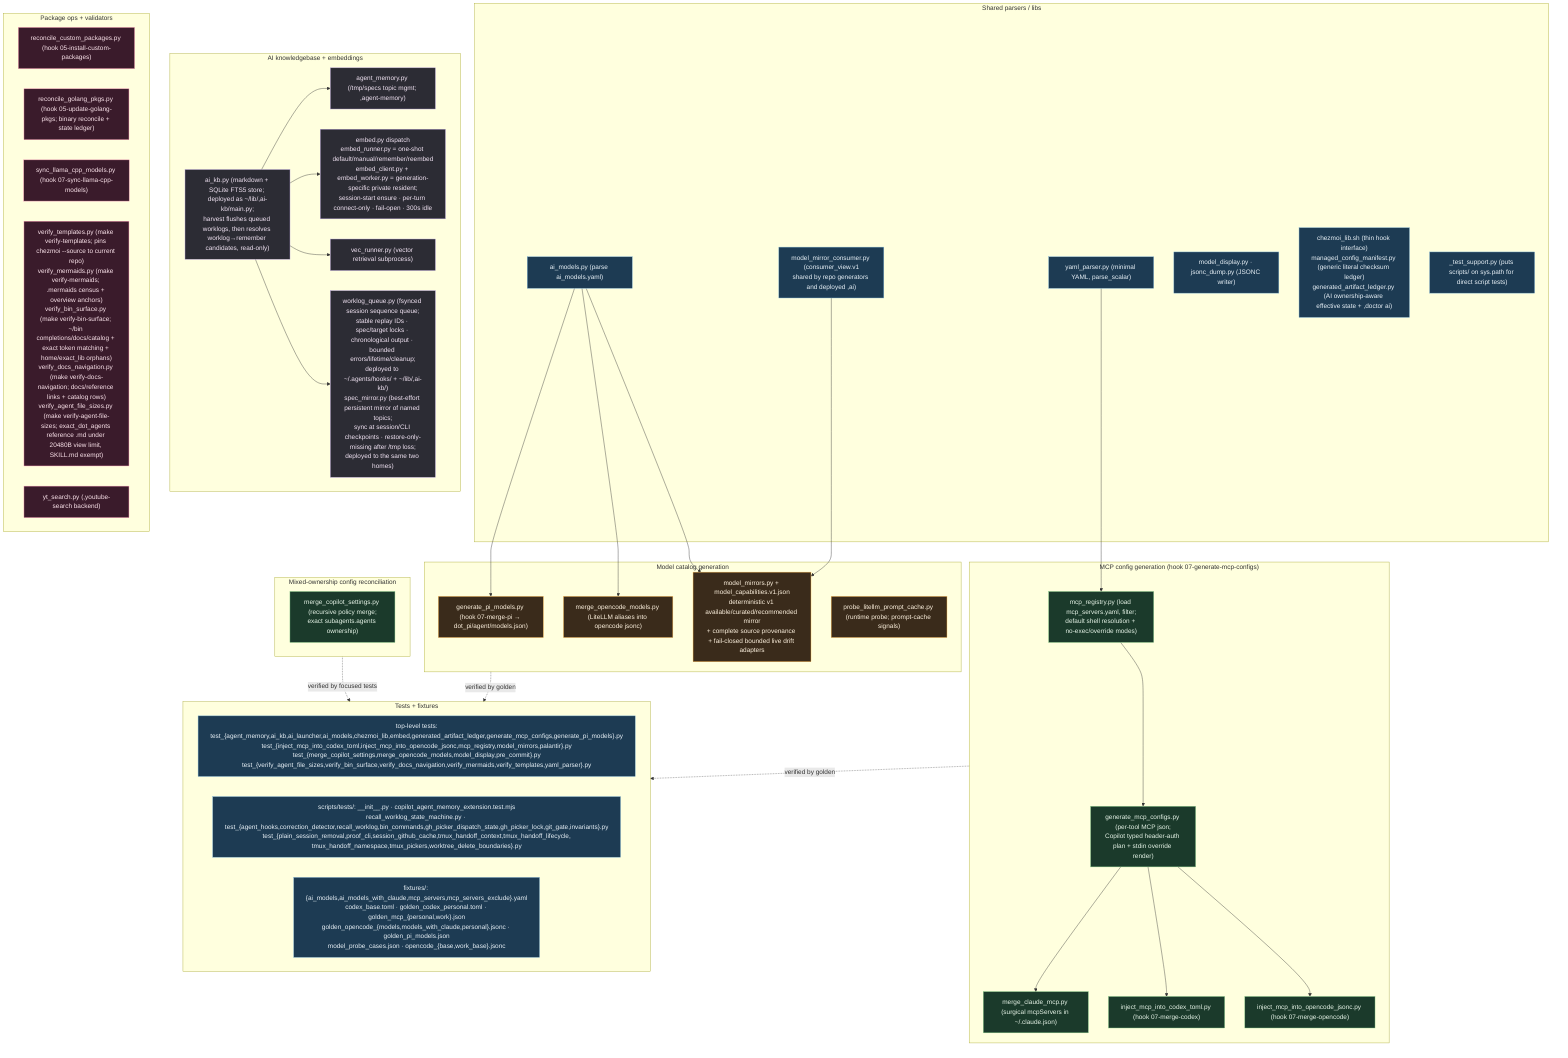
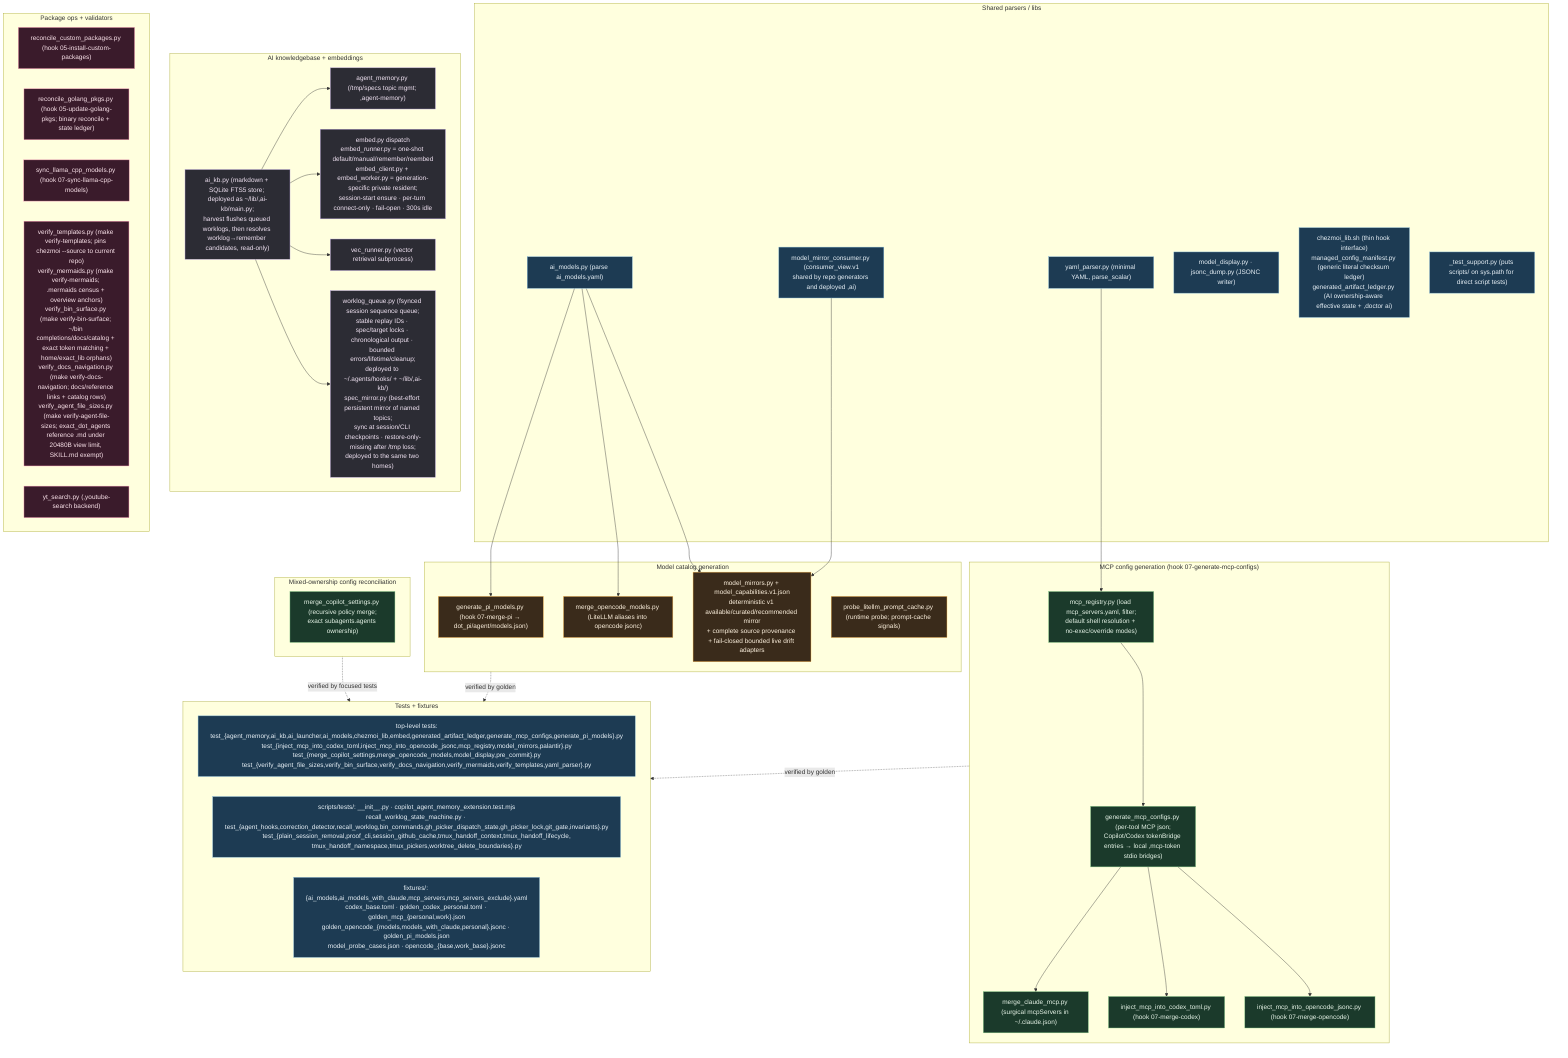
%% ============================================================================
%% 11-scripts-helpers.mmd — Every file in scripts/ (96). Repo-side Python
%% (stdlib only, no PyYAML) called by chezmoi 07-* hooks + ,bin commands.
%% Grouped by consumer. Shared parsers feed the generators/mergers.
%% ============================================================================
flowchart TB
    classDef shared fill:#1d3b53,stroke:#7fb3d5,color:#eaf2f8;
    classDef mcp fill:#1b3a2b,stroke:#81c784,color:#e8f5e9;
    classDef model fill:#3a2b1b,stroke:#ffb74d,color:#fff3e0;
    classDef ai fill:#2c2c34,stroke:#b39ddb,color:#f3e5f5;
    classDef misc fill:#3a1b2b,stroke:#f48fb1,color:#fce4ec;

    subgraph SHARED["Shared parsers / libs"]
        YP["yaml_parser.py (minimal YAML, parse_scalar)"]:::shared
        AM["ai_models.py (parse ai_models.yaml)"]:::shared
        MC["model_mirror_consumer.py (consumer_view.v1<br/>shared by repo generators and deployed ,ai)"]:::shared
        MD["model_display.py · jsonc_dump.py (JSONC writer)"]:::shared
        CL["chezmoi_lib.sh (thin hook interface)<br/>managed_config_manifest.py (generic literal checksum ledger)<br/>generated_artifact_ledger.py (AI ownership-aware effective state + ,doctor ai)"]:::shared
        TS["_test_support.py (puts scripts/ on sys.path for direct script tests)"]:::shared
    end

    subgraph MCPGEN["MCP config generation (hook 07-generate-mcp-configs)"]
        MR["mcp_registry.py (load mcp_servers.yaml, filter;<br/>default shell resolution + no-exec/override modes)"]:::mcp
-         GMC["generate_mcp_configs.py (per-tool MCP json;<br/>Copilot typed header-auth plan + stdin override render)"]:::mcp
+         GMC["generate_mcp_configs.py (per-tool MCP json;<br/>Copilot/Codex tokenBridge entries → local ,mcp-token stdio bridges)"]:::mcp
        MCM["merge_claude_mcp.py (surgical mcpServers in ~/.claude.json)"]:::mcp
        ICT["inject_mcp_into_codex_toml.py (hook 07-merge-codex)"]:::mcp
        IOJ["inject_mcp_into_opencode_jsonc.py (hook 07-merge-opencode)"]:::mcp
    end
    YP --> MR --> GMC --> MCM & ICT & IOJ

    subgraph RECON["Mixed-ownership config reconciliation"]
        MCS["merge_copilot_settings.py (recursive policy merge;<br/>exact subagents.agents ownership)"]:::mcp
    end

    subgraph MODELGEN["Model catalog generation"]
        GPM["generate_pi_models.py (hook 07-merge-pi → dot_pi/agent/models.json)"]:::model
        MOM["merge_opencode_models.py (LiteLLM aliases into opencode jsonc)"]:::model
        MM["model_mirrors.py + model_capabilities.v1.json<br/>deterministic v1 available/curated/recommended mirror<br/>+ complete source provenance + fail-closed bounded live drift adapters"]:::model
        PLP["probe_litellm_prompt_cache.py (runtime probe; prompt-cache signals)"]:::model
    end
    AM --> GPM & MOM & MM
    MC --> MM

    subgraph AIKB["AI knowledgebase + embeddings"]
        KB["ai_kb.py (markdown + SQLite FTS5 store; deployed as ~/lib/,ai-kb/main.py;<br/>harvest flushes queued worklogs, then resolves worklog→remember candidates, read-only)"]:::ai
        WQ["worklog_queue.py (fsynced session sequence queue;<br/>stable replay IDs · spec/target locks · chronological output · bounded errors/lifetime/cleanup;<br/>deployed to ~/.agents/hooks/ + ~/lib/,ai-kb/)<br/>spec_mirror.py (best-effort persistent mirror of named topics;<br/>sync at session/CLI checkpoints · restore-only-missing after /tmp loss;<br/>deployed to the same two homes)"]:::ai
        EMB["embed.py dispatch<br/>embed_runner.py = one-shot default/manual/remember/reembed<br/>embed_client.py + embed_worker.py = generation-specific private resident;<br/>session-start ensure · per-turn connect-only · fail-open · 300s idle"]:::ai
        VEC["vec_runner.py (vector retrieval subprocess)"]:::ai
        AGM["agent_memory.py (/tmp/specs topic mgmt; ,agent-memory)"]:::ai
    end
    KB --> AGM & EMB & VEC & WQ

    subgraph ORCH["Package ops + validators"]
        RCP["reconcile_custom_packages.py (hook 05-install-custom-packages)"]:::misc
        RGP["reconcile_golang_pkgs.py (hook 05-update-golang-pkgs; binary reconcile + state ledger)"]:::misc
        SLC["sync_llama_cpp_models.py (hook 07-sync-llama-cpp-models)"]:::misc
        VT["verify_templates.py (make verify-templates; pins chezmoi --source to current repo)<br/>verify_mermaids.py (make verify-mermaids; .mermaids census + overview anchors)<br/>verify_bin_surface.py (make verify-bin-surface; ~/bin completions/docs/catalog + exact token matching + home/exact_lib orphans)<br/>verify_docs_navigation.py (make verify-docs-navigation; docs/reference links + catalog rows)<br/>verify_agent_file_sizes.py (make verify-agent-file-sizes; exact_dot_agents reference .md under 20480B view limit, SKILL.md exempt)"]:::misc
        YT["yt_search.py (,youtube-search backend)"]:::misc
    end

    subgraph TESTS["Tests + fixtures"]
        TT["top-level tests:<br/>test_{agent_memory,ai_kb,ai_launcher,ai_models,chezmoi_lib,embed,generated_artifact_ledger,generate_mcp_configs,generate_pi_models}.py<br/>test_{inject_mcp_into_codex_toml,inject_mcp_into_opencode_jsonc,mcp_registry,model_mirrors,palantir}.py<br/>test_{merge_copilot_settings,merge_opencode_models,model_display,pre_commit}.py<br/>test_{verify_agent_file_sizes,verify_bin_surface,verify_docs_navigation,verify_mermaids,verify_templates,yaml_parser}.py"]:::shared
        IT["scripts/tests/: __init__.py · copilot_agent_memory_extension.test.mjs<br/>recall_worklog_state_machine.py · test_{agent_hooks,correction_detector,recall_worklog,bin_commands,gh_picker_dispatch_state,gh_picker_lock,git_gate,invariants}.py<br/>test_{plain_session_removal,proof_cli,session_github_cache,tmux_handoff_context,tmux_handoff_lifecycle,<br/>tmux_handoff_namespace,tmux_pickers,worktree_delete_boundaries}.py"]:::shared
        FX["fixtures/: {ai_models,ai_models_with_claude,mcp_servers,mcp_servers_exclude}.yaml<br/>codex_base.toml · golden_codex_personal.toml · golden_mcp_{personal,work}.json<br/>golden_opencode_{models,models_with_claude,personal}.jsonc · golden_pi_models.json<br/>model_probe_cases.json · opencode_{base,work_base}.jsonc"]:::shared
    end
    MCPGEN -.verified by golden.-> TESTS
    RECON -.verified by focused tests.-> TESTS
    MODELGEN -.verified by golden.-> TESTS
